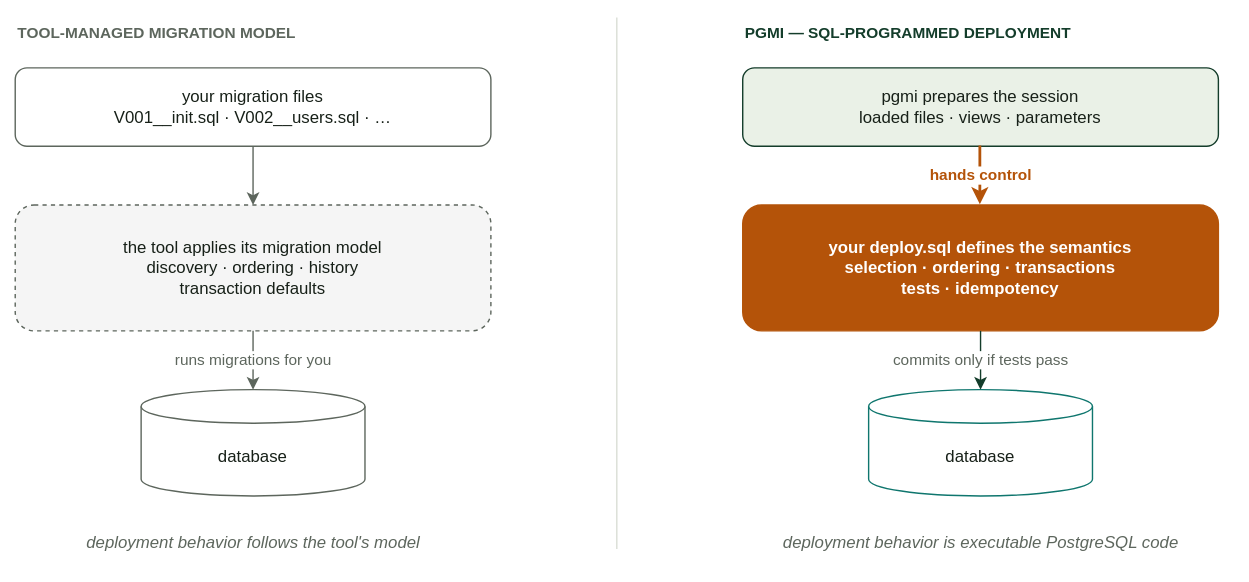
Above: docs/diagrams/d02-fabric-vs-framework.drawio.svg in vvka-141/pgmi (draw.io), before the change. Source tidied: cells renumbered, new cells last; positions are measured from the earlier drawing's top-left corner, leaving out a move shared by most shapes.
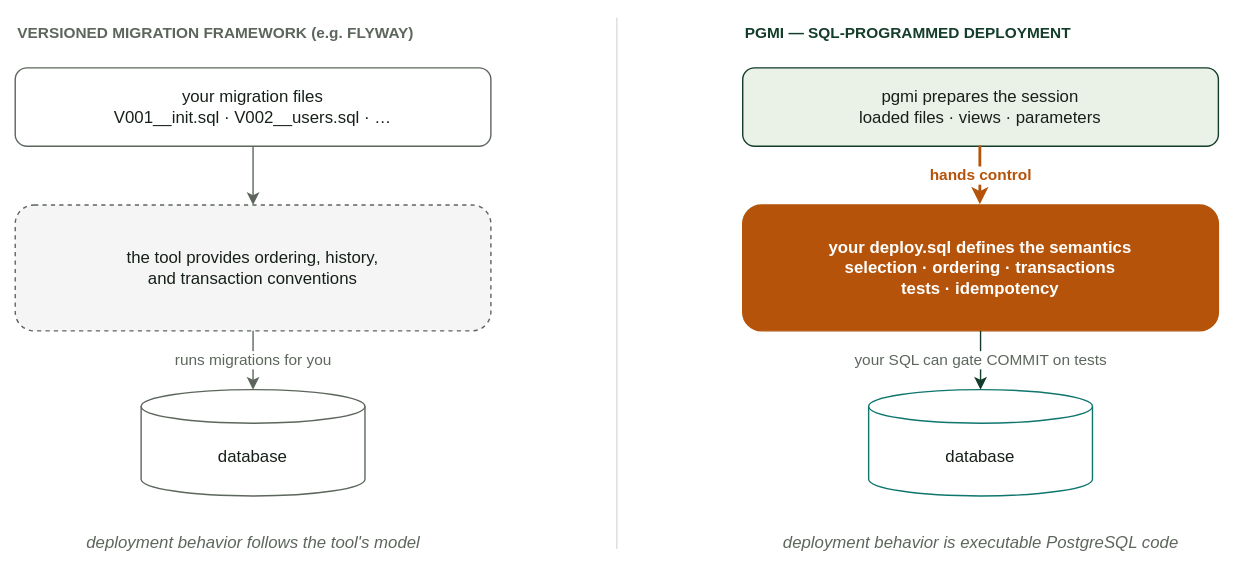
After the commit.

Diff of the diagram source:
```diff
@@ -2,8 +2,8 @@
   <root>
     <mxCell id="0" />
     <mxCell id="1" parent="0" />
-    <mxCell id="2" value="TOOL-MANAGED MIGRATION MODEL" style="text;html=1;align=left;fontStyle=1;fontSize=11;fontColor=#5d665d;" parent="1" vertex="1">
-      <mxGeometry width="300" height="20" as="geometry" />
+    <mxCell id="2" value="VERSIONED MIGRATION FRAMEWORK (e.g. FLYWAY)" style="text;html=1;align=left;fontStyle=1;fontSize=11;fontColor=#5d665d;" parent="1" vertex="1">
+      <mxGeometry width="360" height="20" as="geometry" />
     </mxCell>
     <mxCell id="3" value="PGMI — SQL-PROGRAMMED DEPLOYMENT" style="text;html=1;align=left;fontStyle=1;fontSize=11;fontColor=#143d2b;" parent="1" vertex="1">
       <mxGeometry x="520" width="320" height="20" as="geometry" />
@@ -17,7 +17,7 @@
     <mxCell id="5" value="your migration files&#10;V001__init.sql · V002__users.sql · …" style="rounded=1;whiteSpace=wrap;html=1;fillColor=#ffffff;strokeColor=#5d665d;fontColor=#172018;fontSize=12;" parent="1" vertex="1">
       <mxGeometry y="38" width="340" height="56" as="geometry" />
     </mxCell>
-    <mxCell id="6" value="the tool applies its migration model&#10;discovery · ordering · history&#10;transaction defaults" style="rounded=1;whiteSpace=wrap;html=1;fillColor=#f5f5f5;strokeColor=#5d665d;dashed=1;fontColor=#172018;fontSize=12;" parent="1" vertex="1">
+    <mxCell id="6" value="the tool provides ordering, history,&#10;and transaction conventions" style="rounded=1;whiteSpace=wrap;html=1;fillColor=#f5f5f5;strokeColor=#5d665d;dashed=1;fontColor=#172018;fontSize=12;" parent="1" vertex="1">
       <mxGeometry y="136" width="340" height="90" as="geometry" />
     </mxCell>
     <mxCell id="7" value="database" style="shape=cylinder3;whiteSpace=wrap;html=1;boundedLbl=1;backgroundOutline=1;size=12;fillColor=#ffffff;strokeColor=#5d665d;fontColor=#172018;fontSize=12;" parent="1" vertex="1">
@@ -44,7 +44,7 @@
     <mxCell id="14" value="hands control" style="html=1;endArrow=classic;strokeColor=#b45309;strokeWidth=2;fontColor=#b45309;fontStyle=1;fontSize=11;exitX=0.5;exitY=1;entryX=0.5;entryY=0;" parent="1" edge="1" source="11" target="12">
       <mxGeometry relative="1" as="geometry" />
     </mxCell>
-    <mxCell id="15" value="commits only if tests pass" style="html=1;endArrow=classic;strokeColor=#143d2b;fontColor=#5d665d;fontSize=11;exitX=0.5;exitY=1;entryX=0.5;entryY=0;" parent="1" edge="1" source="12" target="13">
+    <mxCell id="15" value="your SQL can gate COMMIT on tests" style="html=1;endArrow=classic;strokeColor=#143d2b;fontColor=#5d665d;fontSize=11;exitX=0.5;exitY=1;entryX=0.5;entryY=0;" parent="1" edge="1" source="12" target="13">
       <mxGeometry relative="1" as="geometry" />
     </mxCell>
     <mxCell id="16" value="deployment behavior is executable PostgreSQL code" style="text;html=1;align=center;fontStyle=2;fontSize=12;fontColor=#5d665d;" parent="1" vertex="1">
```
